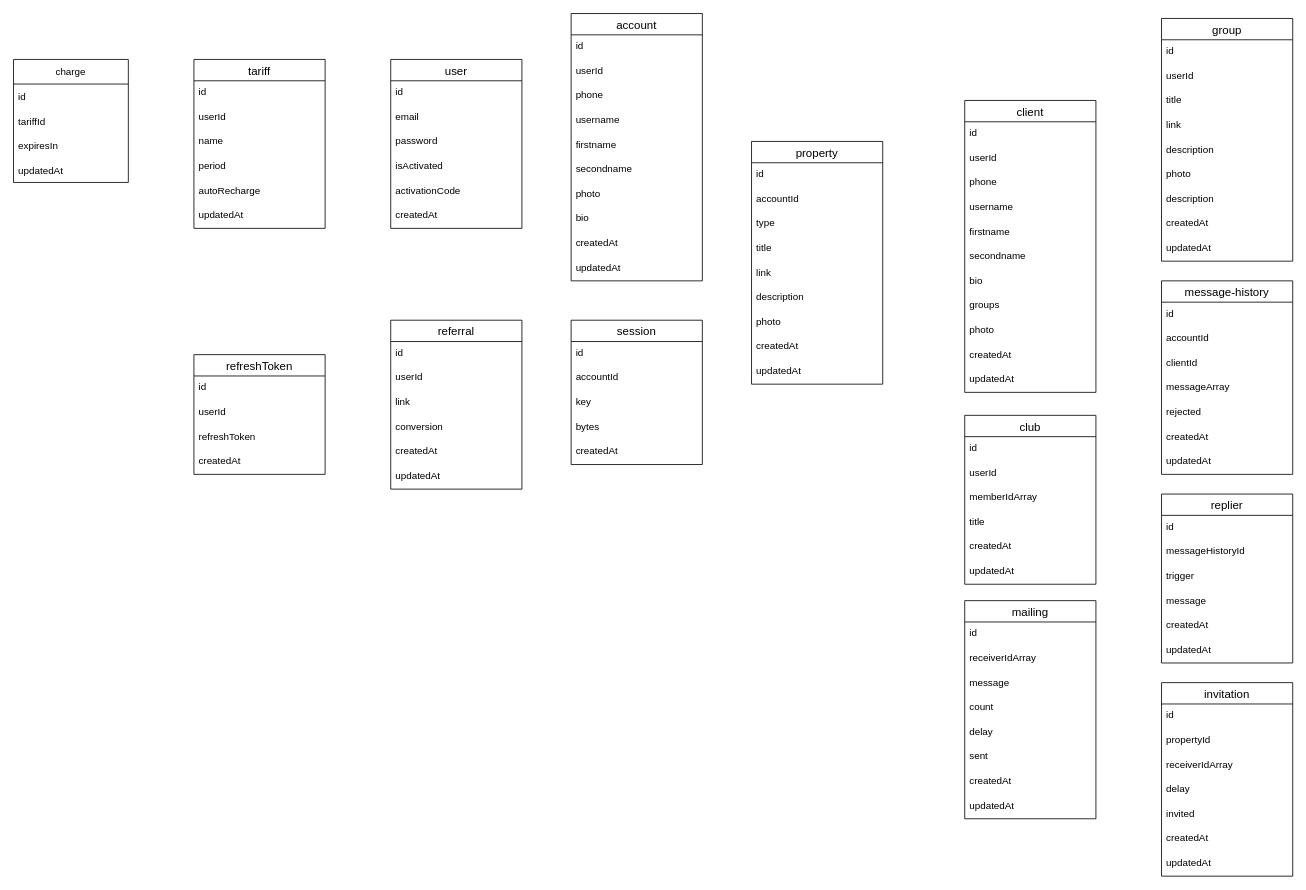
This is schema.drawio from Nick-Fed-Al-dev/telepanel, a draw.io file, before an edit. Source tidied: cells renumbered, new cells numbered last; positions are measured from the earlier drawing's top-left corner, leaving out a move shared by most shapes. Both pictures are drawn from the tidied source at 82%, with x=0, y=0 at pixel (13, 13).
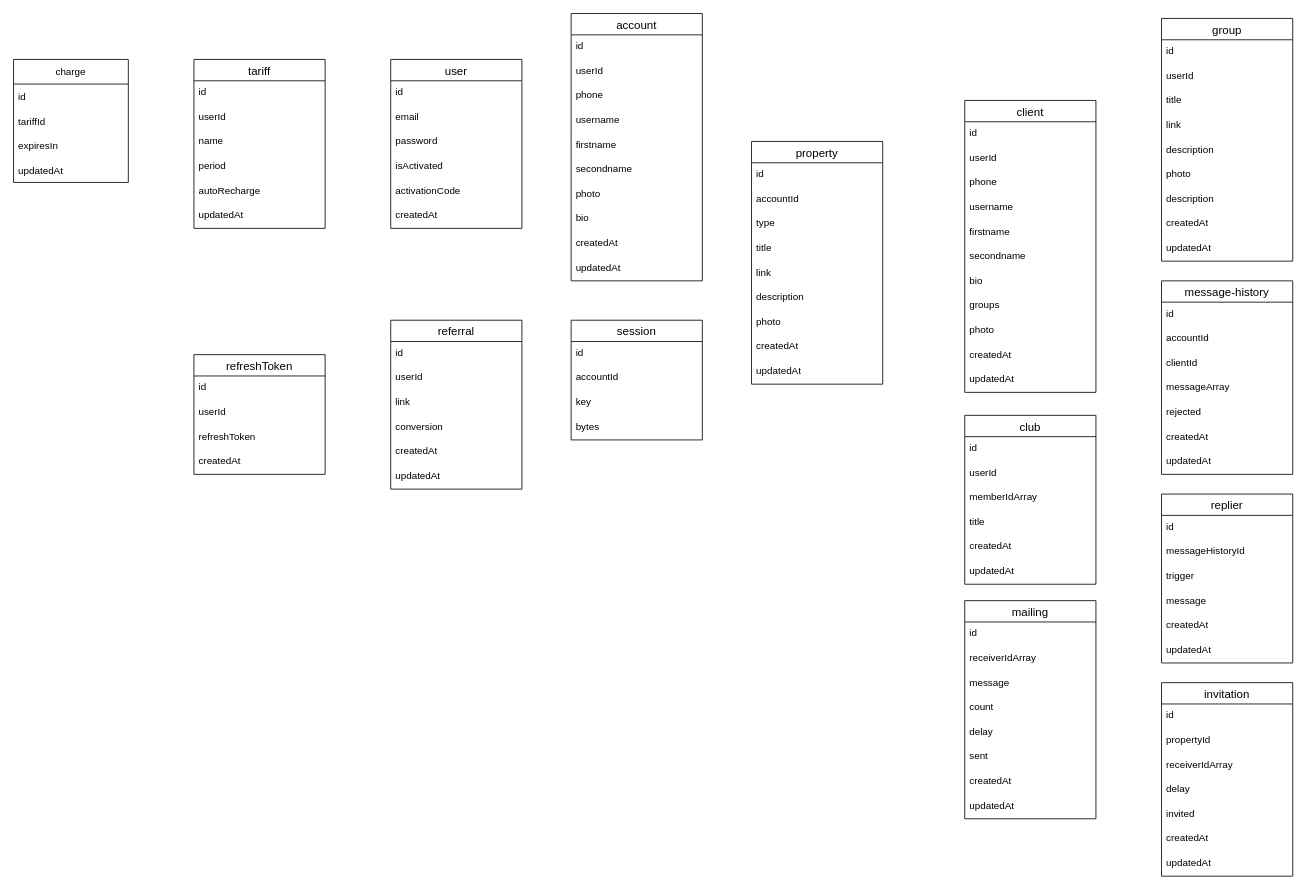
Above is the later version.

The edit, as a diff of the source:
```diff
@@
     <mxCell id="38" value="session" style="swimlane;fontStyle=0;horizontal=1;startSize=26;align=center;fontSize=14;" parent="1" vertex="1">
-      <mxGeometry x="680" y="374" width="160" height="176" as="geometry" />
+      <mxGeometry x="680" y="374" width="160" height="146" as="geometry" />
     </mxCell>
@@
-    <mxCell id="43" value="createdAt" style="text;strokeColor=none;fillColor=none;spacingLeft=4;spacingRight=4;overflow=hidden;fontSize=12;" parent="38" vertex="1">
-      <mxGeometry y="146" width="160" height="30" as="geometry" />
-    </mxCell>
```
